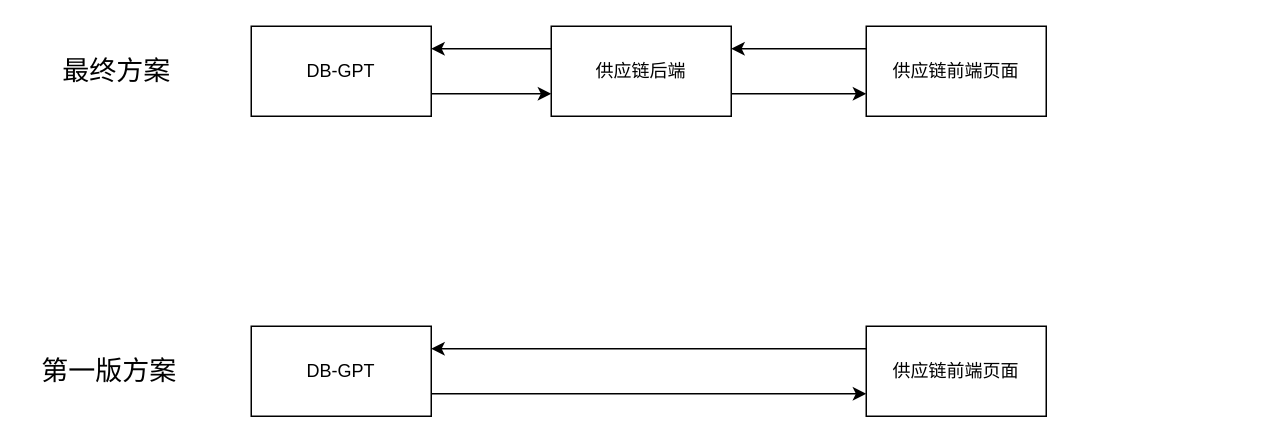
Before: 前端对接方案.drawio in 15973217290/my_rep01, a draw.io diagram. Source tidied: cells renumbered, new cells numbered last; positions are measured from the earlier drawing's top-left corner, leaving out a move shared by most shapes. Both pictures are drawn from the tidied source at 150%, with x=0, y=0 at pixel (26, 26).
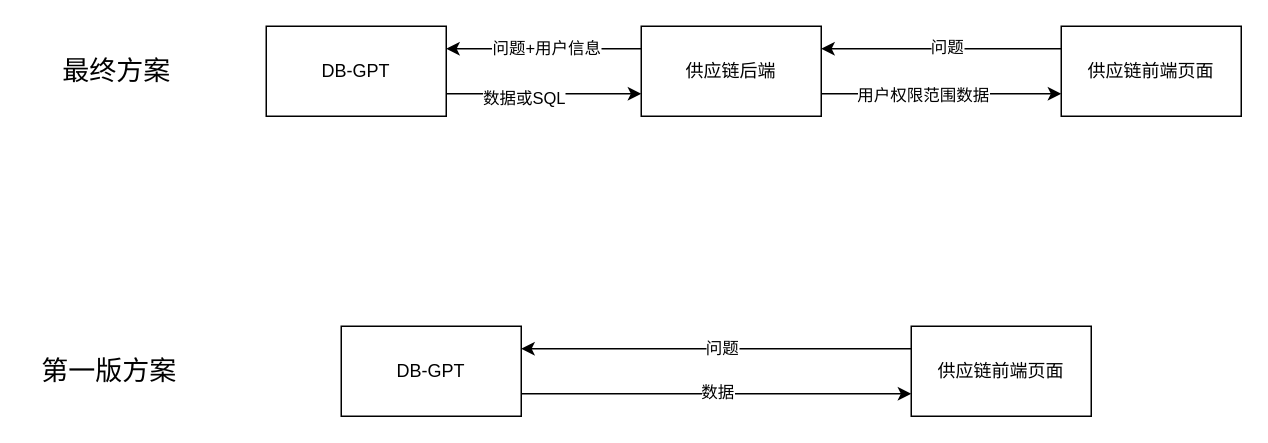
After the change.

Commit message (it also covers changes not shown here):
更新前端对接方案.drawio

The change refers to these unchanged cells:
```xml
<mxCell id="2" style="edgeStyle=orthogonalEdgeStyle;rounded=0;jettySize=auto;html=1;exitX=1;exitY=0.75;exitDx=0;exitDy=0;entryX=0;entryY=0.75;entryDx=0;entryDy=0;" parent="1" edge="1" source="3" target="6">
  <mxGeometry relative="1" as="geometry" />
</mxCell>
<mxCell id="4" style="edgeStyle=orthogonalEdgeStyle;rounded=0;jettySize=auto;html=1;exitX=1;exitY=0.75;exitDx=0;exitDy=0;entryX=0;entryY=0.75;entryDx=0;entryDy=0;" parent="1" edge="1" source="6" target="8">
  <mxGeometry relative="1" as="geometry" />
</mxCell>
<mxCell id="7" style="edgeStyle=orthogonalEdgeStyle;rounded=0;jettySize=auto;html=1;exitX=0;exitY=0.25;exitDx=0;exitDy=0;entryX=1;entryY=0.25;entryDx=0;entryDy=0;" parent="1" edge="1" source="8" target="6">
  <mxGeometry relative="1" as="geometry" />
</mxCell>
<mxCell id="9" style="edgeStyle=orthogonalEdgeStyle;rounded=0;jettySize=auto;html=1;exitX=1;exitY=0.75;exitDx=0;exitDy=0;entryX=0;entryY=0.75;entryDx=0;entryDy=0;" parent="1" edge="1" source="10" target="12">
  <mxGeometry relative="1" as="geometry" />
</mxCell>
<mxCell id="11" style="edgeStyle=orthogonalEdgeStyle;rounded=0;jettySize=auto;html=1;exitX=0;exitY=0.25;exitDx=0;exitDy=0;entryX=1;entryY=0.25;entryDx=0;entryDy=0;" parent="1" edge="1" source="12" target="10">
  <mxGeometry relative="1" as="geometry" />
</mxCell>
```

What changed in the source:
```diff
@@
+    <mxCell id="15" value="数据或SQL" style="edgeLabel;html=1;align=center;verticalAlign=middle;" parent="2" vertex="1">
+      <mxGeometry x="-0.21" y="-2" relative="1" as="geometry" />
+    </mxCell>
     <mxCell id="3" value="DB-GPT" style="rounded=0;whiteSpace=wrap;html=1;" parent="1" vertex="1">
-      <mxGeometry x="150" width="120" height="60" as="geometry" />
+      <mxGeometry x="160" width="120" height="60" as="geometry" />
     </mxCell>
@@
+    <mxCell id="16" value="用户权限范围数据" style="edgeLabel;html=1;align=center;verticalAlign=middle;" parent="4" vertex="1">
+      <mxGeometry x="-0.16" relative="1" as="geometry" />
+    </mxCell>
     <mxCell id="5" style="edgeStyle=orthogonalEdgeStyle;rounded=0;jettySize=auto;html=1;exitX=0;exitY=0.25;exitDx=0;exitDy=0;entryX=1;entryY=0.25;entryDx=0;entryDy=0;" parent="1" edge="1" source="6" target="3">
-      <mxGeometry relative="1" as="geometry" />
+      <mxGeometry relative="1" as="geometry">
+        <Array as="points">
+          <mxPoint x="360" y="15" />
+          <mxPoint x="360" y="15" />
+        </Array>
+      </mxGeometry>
     </mxCell>
+    <mxCell id="17" value="问题+用户信息" style="edgeLabel;html=1;align=center;verticalAlign=middle;" parent="5" vertex="1">
+      <mxGeometry x="-0.01" y="-1" relative="1" as="geometry" />
+    </mxCell>
     <mxCell id="6" value="供应链后端" style="rounded=0;whiteSpace=wrap;html=1;" parent="1" vertex="1">
-      <mxGeometry x="350" width="120" height="60" as="geometry" />
+      <mxGeometry x="410" width="120" height="60" as="geometry" />
     </mxCell>
@@
+    <mxCell id="18" value="问题" style="edgeLabel;html=1;align=center;verticalAlign=middle;" parent="7" vertex="1">
+      <mxGeometry x="-0.04" y="-1" relative="1" as="geometry" />
+    </mxCell>
     <mxCell id="8" value="供应链前端页面" style="rounded=0;whiteSpace=wrap;html=1;" parent="1" vertex="1">
-      <mxGeometry x="560" width="120" height="60" as="geometry" />
+      <mxGeometry x="690" width="120" height="60" as="geometry" />
     </mxCell>
@@
+    <mxCell id="19" value="数据" style="edgeLabel;html=1;align=center;verticalAlign=middle;" parent="9" vertex="1">
+      <mxGeometry y="2" relative="1" as="geometry" />
+    </mxCell>
     <mxCell id="10" value="DB-GPT" style="rounded=0;whiteSpace=wrap;html=1;" parent="1" vertex="1">
-      <mxGeometry x="150" y="200" width="120" height="60" as="geometry" />
+      <mxGeometry x="210" y="200" width="120" height="60" as="geometry" />
     </mxCell>
@@
+    <mxCell id="20" value="问题" style="edgeLabel;html=1;align=center;verticalAlign=middle;" parent="11" vertex="1">
+      <mxGeometry x="-0.02" y="-1" relative="1" as="geometry" />
+    </mxCell>
     <mxCell id="12" value="供应链前端页面" style="rounded=0;whiteSpace=wrap;html=1;" parent="1" vertex="1">
-      <mxGeometry x="560" y="200" width="120" height="60" as="geometry" />
+      <mxGeometry x="590" y="200" width="120" height="60" as="geometry" />
     </mxCell>
```
